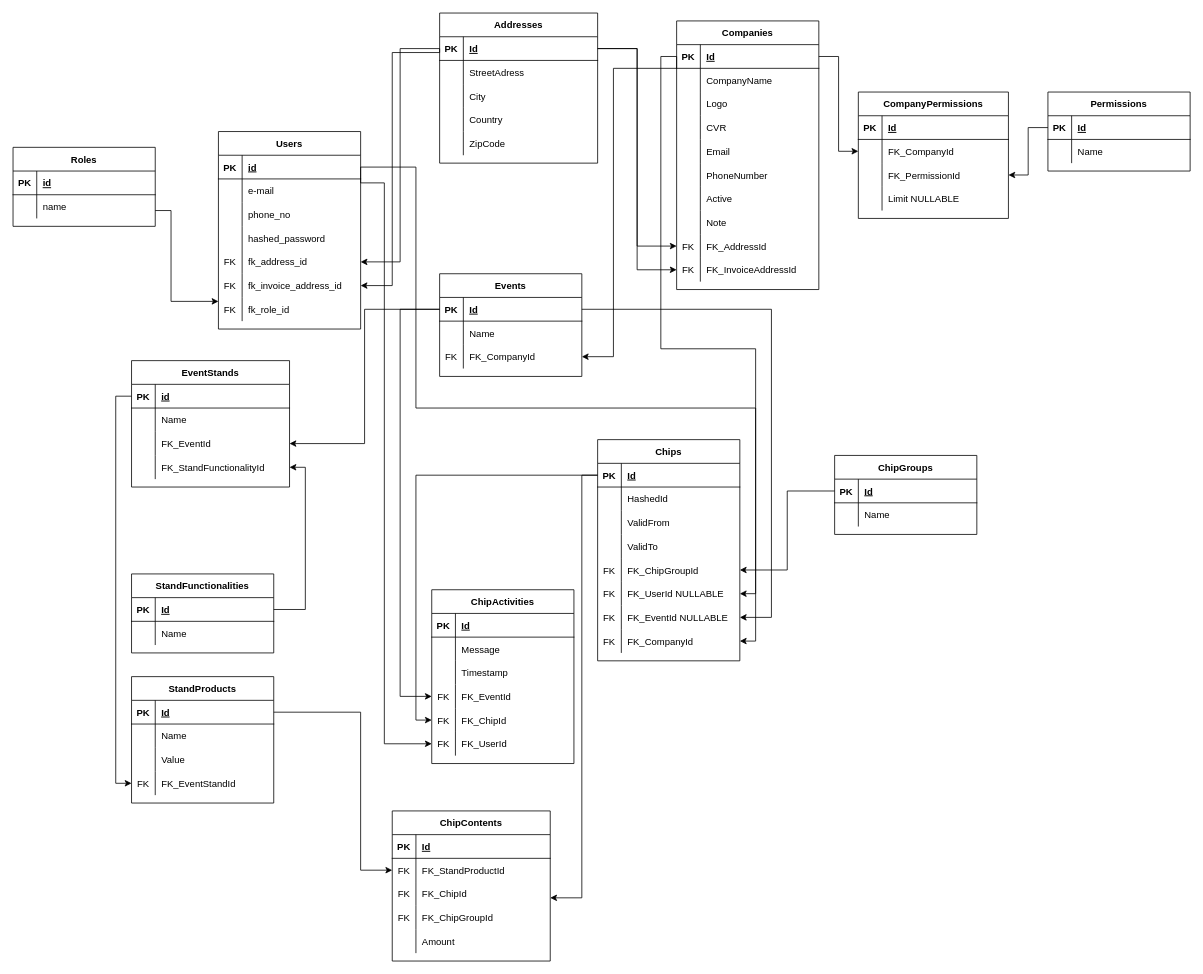
Ronnie1983/Idevent keeps this draw.io diagram as DrawIOFiles/ER-diagram.drawio. Above is the earlier version. Source tidied: cells renumbered, new cells numbered last; positions are measured from the earlier drawing's top-left corner, leaving out a move shared by most shapes. Both pictures are drawn from the tidied source at 79%, with x=0, y=0 at pixel (13, 13).
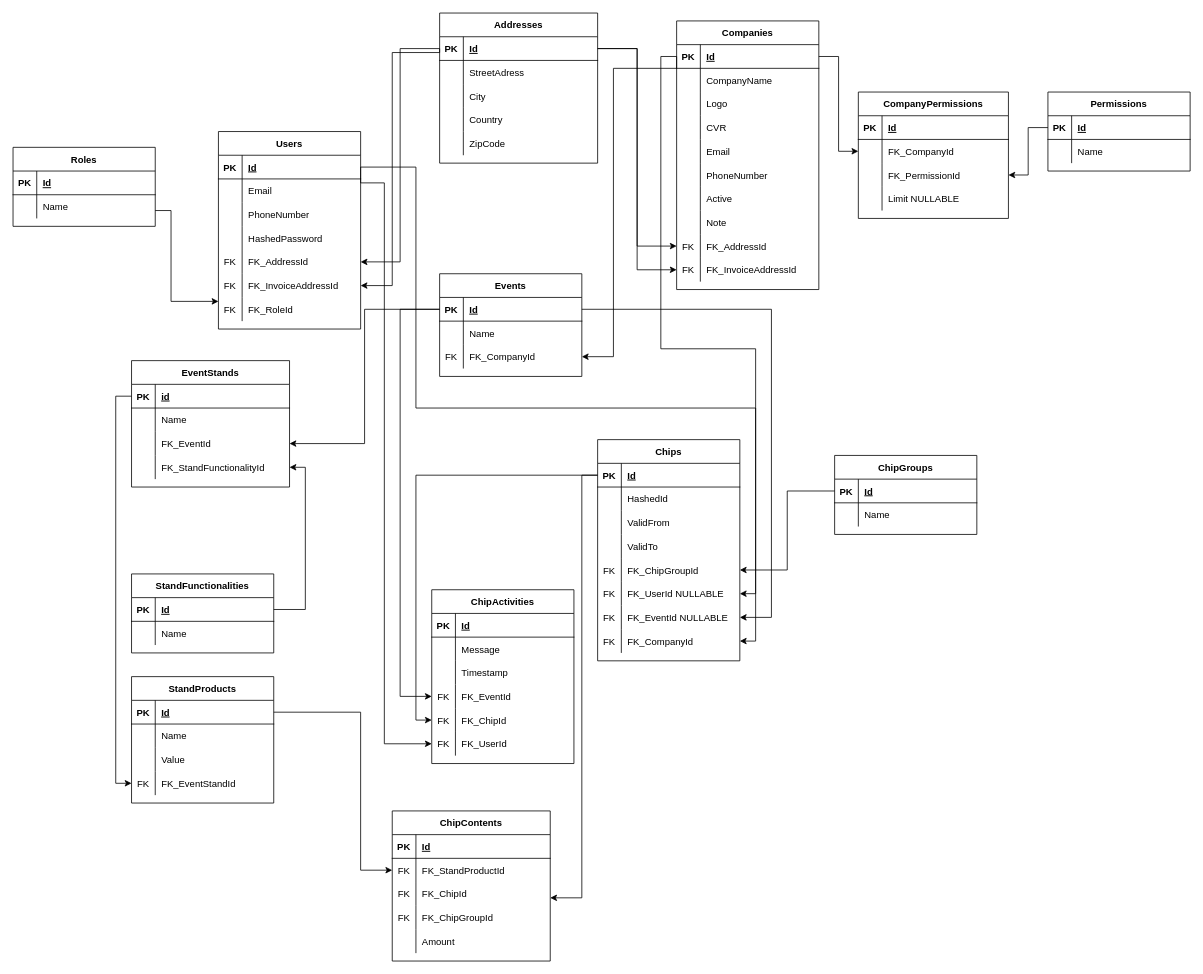
The same diagram, later.

The change refers to these unchanged cells:
```xml
<mxCell id="3" style="shape=partialRectangle;fillColor=none;top=0;left=0;bottom=1;right=0;points=[[0,0.5],[1,0.5]];portConstraint=eastwest;" parent="2" vertex="1">
  <mxGeometry y="30" width="180" height="30" as="geometry" />
</mxCell>
<mxCell id="6" style="shape=partialRectangle;fillColor=none;top=0;left=0;bottom=0;right=0;" parent="2" vertex="1">
  <mxGeometry y="60" width="180" height="30" as="geometry" />
</mxCell>
<mxCell id="9" style="shape=partialRectangle;fillColor=none;top=0;left=0;bottom=0;right=0;" parent="2" vertex="1">
  <mxGeometry y="90" width="180" height="30" as="geometry" />
</mxCell>
<mxCell id="12" style="shape=partialRectangle;fillColor=none;top=0;left=0;bottom=0;right=0;" parent="2" vertex="1">
  <mxGeometry y="120" width="180" height="30" as="geometry" />
</mxCell>
<mxCell id="15" style="shape=partialRectangle;fillColor=none;top=0;left=0;bottom=0;right=0;points=[[0,0.5],[1,0.5]];portConstraint=eastwest;" parent="2" vertex="1">
  <mxGeometry y="150" width="180" height="30" as="geometry" />
</mxCell>
<mxCell id="18" style="shape=partialRectangle;fillColor=none;top=0;left=0;bottom=0;right=0;points=[[0,0.5],[1,0.5]];portConstraint=eastwest;" parent="2" vertex="1">
  <mxGeometry y="180" width="180" height="30" as="geometry" />
</mxCell>
<mxCell id="21" style="shape=partialRectangle;fillColor=none;top=0;left=0;bottom=0;right=0;points=[[0,0.5],[1,0.5]];portConstraint=eastwest;" parent="2" vertex="1">
  <mxGeometry y="210" width="180" height="30" as="geometry" />
</mxCell>
<mxCell id="137" style="shape=partialRectangle;fillColor=none;top=0;left=0;bottom=1;right=0;" parent="136" vertex="1">
  <mxGeometry y="30" width="180" height="30" as="geometry" />
</mxCell>
<mxCell id="140" style="shape=partialRectangle;fillColor=none;top=0;left=0;bottom=0;right=0;" parent="136" vertex="1">
  <mxGeometry y="60" width="180" height="30" as="geometry" />
</mxCell>
```

Change to the diagram source:
```diff
@@
-    <mxCell id="5" value="id" style="shape=partialRectangle;fillColor=none;top=0;left=0;bottom=0;right=0;align=left;spacingLeft=6;fontStyle=5;overflow=hidden;" parent="3" vertex="1">
+    <mxCell id="5" value="Id" style="shape=partialRectangle;fillColor=none;top=0;left=0;bottom=0;right=0;align=left;spacingLeft=6;fontStyle=5;overflow=hidden;" parent="3" vertex="1">
       <mxGeometry x="30" width="150" height="30" as="geometry" />
     </mxCell>
@@
-    <mxCell id="8" value="e-mail" style="shape=partialRectangle;fillColor=none;top=0;left=0;bottom=0;right=0;align=left;spacingLeft=6;overflow=hidden;" parent="6" vertex="1">
+    <mxCell id="8" value="Email" style="shape=partialRectangle;fillColor=none;top=0;left=0;bottom=0;right=0;align=left;spacingLeft=6;overflow=hidden;" parent="6" vertex="1">
       <mxGeometry x="30" width="150" height="30" as="geometry" />
     </mxCell>
@@
-    <mxCell id="11" value="phone_no" style="shape=partialRectangle;fillColor=none;top=0;left=0;bottom=0;right=0;align=left;spacingLeft=6;overflow=hidden;" parent="9" vertex="1">
+    <mxCell id="11" value="PhoneNumber" style="shape=partialRectangle;fillColor=none;top=0;left=0;bottom=0;right=0;align=left;spacingLeft=6;overflow=hidden;" parent="9" vertex="1">
       <mxGeometry x="30" width="150" height="30" as="geometry" />
     </mxCell>
@@
-    <mxCell id="14" value="hashed_password" style="shape=partialRectangle;fillColor=none;top=0;left=0;bottom=0;right=0;align=left;spacingLeft=6;overflow=hidden;" parent="12" vertex="1">
+    <mxCell id="14" value="HashedPassword" style="shape=partialRectangle;fillColor=none;top=0;left=0;bottom=0;right=0;align=left;spacingLeft=6;overflow=hidden;" parent="12" vertex="1">
       <mxGeometry x="30" width="150" height="30" as="geometry" />
     </mxCell>
@@
-    <mxCell id="17" value="fk_address_id" style="shape=partialRectangle;fillColor=none;top=0;left=0;bottom=0;right=0;align=left;spacingLeft=6;overflow=hidden;" parent="15" vertex="1">
+    <mxCell id="17" value="FK_AddressId" style="shape=partialRectangle;fillColor=none;top=0;left=0;bottom=0;right=0;align=left;spacingLeft=6;overflow=hidden;" parent="15" vertex="1">
       <mxGeometry x="30" width="150" height="30" as="geometry" />
     </mxCell>
@@
-    <mxCell id="20" value="fk_invoice_address_id" style="shape=partialRectangle;fillColor=none;top=0;left=0;bottom=0;right=0;align=left;spacingLeft=6;overflow=hidden;" parent="18" vertex="1">
+    <mxCell id="20" value="FK_InvoiceAddressId" style="shape=partialRectangle;fillColor=none;top=0;left=0;bottom=0;right=0;align=left;spacingLeft=6;overflow=hidden;" parent="18" vertex="1">
       <mxGeometry x="30" width="150" height="30" as="geometry" />
     </mxCell>
@@
-    <mxCell id="23" value="fk_role_id" style="shape=partialRectangle;fillColor=none;top=0;left=0;bottom=0;right=0;align=left;spacingLeft=6;overflow=hidden;" parent="21" vertex="1">
+    <mxCell id="23" value="FK_RoleId" style="shape=partialRectangle;fillColor=none;top=0;left=0;bottom=0;right=0;align=left;spacingLeft=6;overflow=hidden;" parent="21" vertex="1">
       <mxGeometry x="30" width="150" height="30" as="geometry" />
     </mxCell>
@@
-    <mxCell id="139" value="id" style="shape=partialRectangle;fillColor=none;top=0;left=0;bottom=0;right=0;align=left;spacingLeft=6;fontStyle=5;overflow=hidden;" parent="137" vertex="1">
+    <mxCell id="139" value="Id" style="shape=partialRectangle;fillColor=none;top=0;left=0;bottom=0;right=0;align=left;spacingLeft=6;fontStyle=5;overflow=hidden;" parent="137" vertex="1">
       <mxGeometry x="30" width="150" height="30" as="geometry" />
     </mxCell>
@@
-    <mxCell id="142" value="name" style="shape=partialRectangle;fillColor=none;top=0;left=0;bottom=0;right=0;align=left;spacingLeft=6;overflow=hidden;" parent="140" vertex="1">
+    <mxCell id="142" value="Name" style="shape=partialRectangle;fillColor=none;top=0;left=0;bottom=0;right=0;align=left;spacingLeft=6;overflow=hidden;" parent="140" vertex="1">
       <mxGeometry x="30" width="150" height="30" as="geometry" />
     </mxCell>
```
